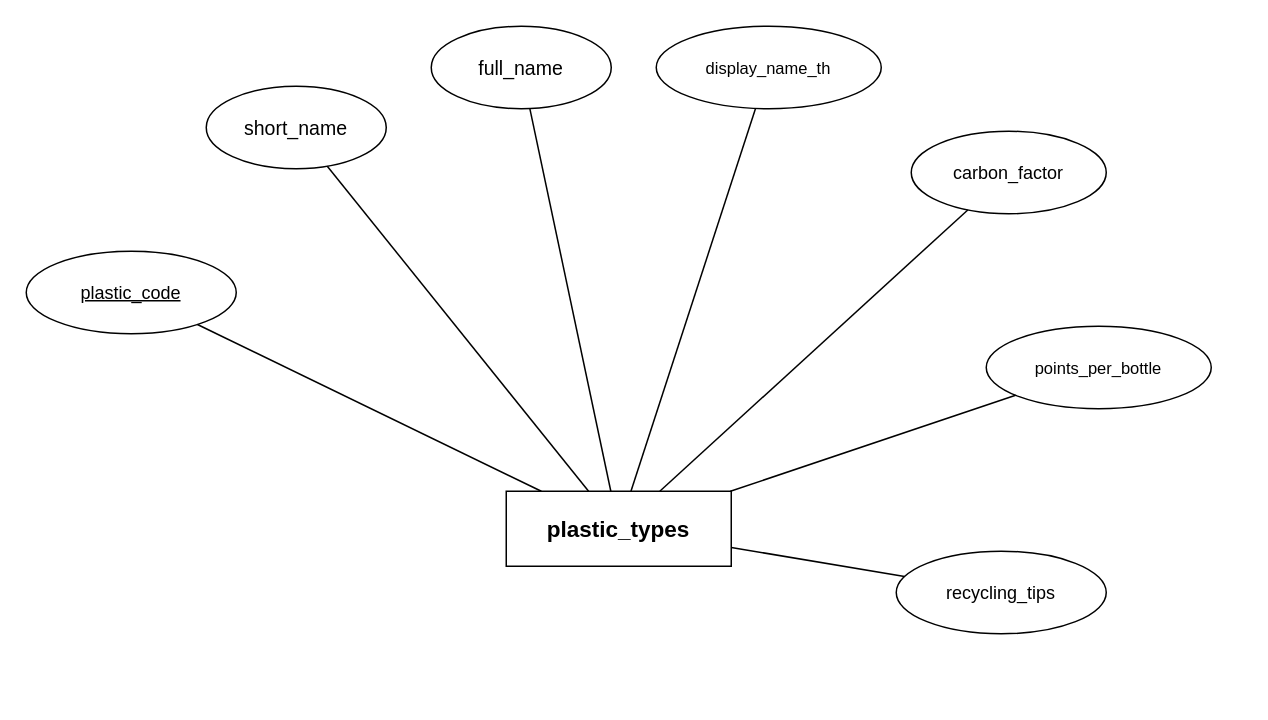
Before: page "7. plastic_types" (7 of 8) of docs/diagrams/er/ecobin-er-entities-bw.drawio in jirakit661102057104-cloud/ecobin-connect, a draw.io diagram. Source tidied: cells renumbered, new cells numbered last; positions are measured from the earlier drawing's top-left corner, leaving out a move shared by most shapes. Both pictures are drawn from the tidied source at 150%, with x=0, y=0 at pixel (26, 26).
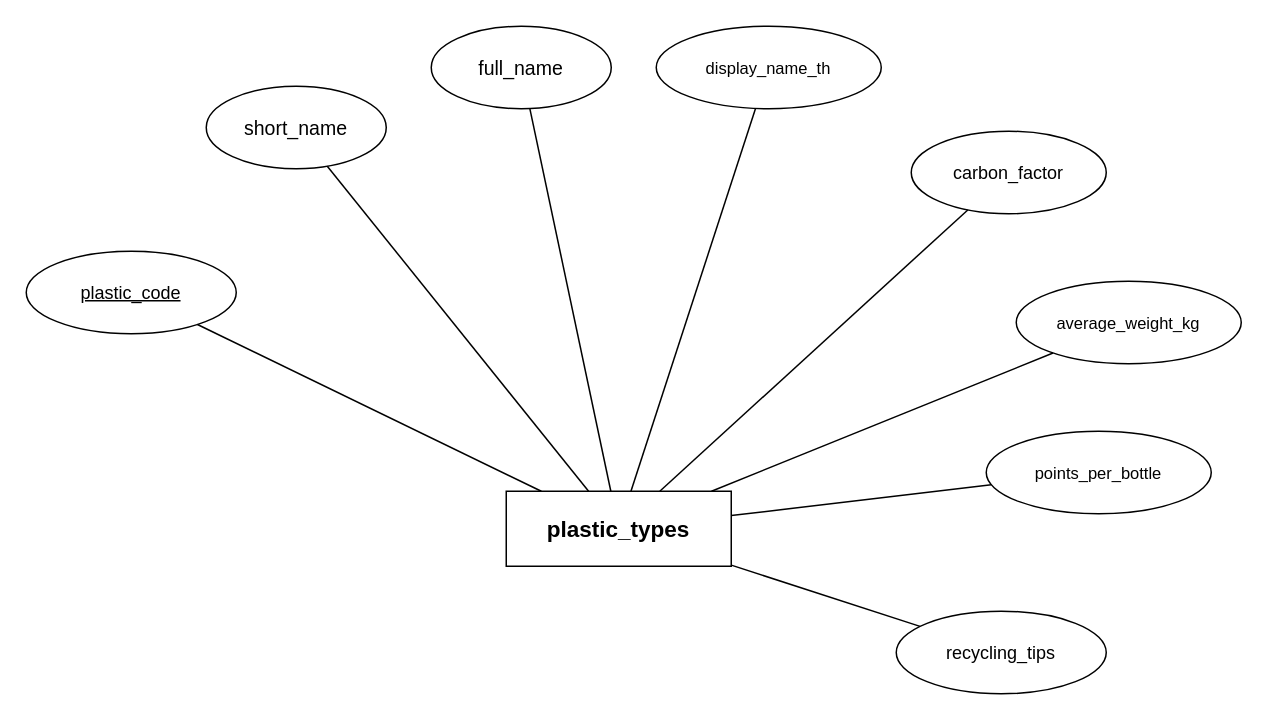
The same page after the edit.

Change to the diagram source:
```diff
@@
 <mxGraphModel>
   <root>
     <mxCell id="0" />
     <mxCell id="1" parent="0" />
     <mxCell id="2" value="plastic_types" style="rounded=0;whiteSpace=wrap;html=1;fillColor=#ffffff;strokeColor=#000000;fontColor=#000000;fontStyle=1;fontSize=15;align=center;" parent="1" vertex="1">
       <mxGeometry x="320" y="310" width="150" height="50" as="geometry" />
     </mxCell>
     <mxCell id="3" value="&lt;u&gt;plastic_code&lt;/u&gt;" style="ellipse;whiteSpace=wrap;html=1;fillColor=#ffffff;strokeColor=#000000;fontColor=#000000;fontSize=12;align=center;" parent="1" vertex="1">
       <mxGeometry y="150" width="140" height="55" as="geometry" />
     </mxCell>
     <mxCell id="4" value="short_name" style="ellipse;whiteSpace=wrap;html=1;fillColor=#ffffff;strokeColor=#000000;fontColor=#000000;fontSize=13;align=center;" parent="1" vertex="1">
       <mxGeometry x="120" y="40" width="120" height="55" as="geometry" />
     </mxCell>
     <mxCell id="5" value="full_name" style="ellipse;whiteSpace=wrap;html=1;fillColor=#ffffff;strokeColor=#000000;fontColor=#000000;fontSize=13;align=center;" parent="1" vertex="1">
       <mxGeometry x="270" width="120" height="55" as="geometry" />
     </mxCell>
     <mxCell id="6" value="display_name_th" style="ellipse;whiteSpace=wrap;html=1;fillColor=#ffffff;strokeColor=#000000;fontColor=#000000;fontSize=11;align=center;" parent="1" vertex="1">
       <mxGeometry x="420" width="150" height="55" as="geometry" />
     </mxCell>
     <mxCell id="7" value="carbon_factor" style="ellipse;whiteSpace=wrap;html=1;fillColor=#ffffff;strokeColor=#000000;fontColor=#000000;fontSize=12;align=center;" parent="1" vertex="1">
       <mxGeometry x="590" y="70" width="130" height="55" as="geometry" />
     </mxCell>
+    <mxCell id="17" value="average_weight_kg" style="ellipse;whiteSpace=wrap;html=1;fillColor=#ffffff;strokeColor=#000000;fontColor=#000000;fontSize=11;align=center;" parent="1" vertex="1">
+      <mxGeometry x="660" y="170" width="150" height="55" as="geometry" />
+    </mxCell>
     <mxCell id="8" value="points_per_bottle" style="ellipse;whiteSpace=wrap;html=1;fillColor=#ffffff;strokeColor=#000000;fontColor=#000000;fontSize=11;align=center;" parent="1" vertex="1">
-      <mxGeometry x="640" y="200" width="150" height="55" as="geometry" />
+      <mxGeometry x="640" y="270" width="150" height="55" as="geometry" />
     </mxCell>
     <mxCell id="9" value="recycling_tips" style="ellipse;whiteSpace=wrap;html=1;fillColor=#ffffff;strokeColor=#000000;fontColor=#000000;fontSize=12;align=center;" parent="1" vertex="1">
-      <mxGeometry x="580" y="350" width="140" height="55" as="geometry" />
+      <mxGeometry x="580" y="390" width="140" height="55" as="geometry" />
     </mxCell>
     <mxCell id="10" style="endArrow=none;html=1;strokeColor=#000000;" parent="1" edge="1" source="3" target="2">
       <mxGeometry relative="1" as="geometry" />
     </mxCell>
     <mxCell id="11" style="endArrow=none;html=1;strokeColor=#000000;" parent="1" edge="1" source="4" target="2">
       <mxGeometry relative="1" as="geometry" />
     </mxCell>
     <mxCell id="12" style="endArrow=none;html=1;strokeColor=#000000;" parent="1" edge="1" source="5" target="2">
       <mxGeometry relative="1" as="geometry" />
     </mxCell>
     <mxCell id="13" style="endArrow=none;html=1;strokeColor=#000000;" parent="1" edge="1" source="6" target="2">
       <mxGeometry relative="1" as="geometry" />
     </mxCell>
     <mxCell id="14" style="endArrow=none;html=1;strokeColor=#000000;" parent="1" edge="1" source="7" target="2">
       <mxGeometry relative="1" as="geometry" />
     </mxCell>
     <mxCell id="15" style="endArrow=none;html=1;strokeColor=#000000;" parent="1" edge="1" source="8" target="2">
       <mxGeometry relative="1" as="geometry" />
     </mxCell>
     <mxCell id="16" style="endArrow=none;html=1;strokeColor=#000000;" parent="1" edge="1" source="9" target="2">
       <mxGeometry relative="1" as="geometry" />
     </mxCell>
+    <mxCell id="18" style="endArrow=none;html=1;strokeColor=#000000;" parent="1" edge="1" source="17" target="2">
+      <mxGeometry relative="1" as="geometry" />
+    </mxCell>
   </root>
 </mxGraphModel>
```
